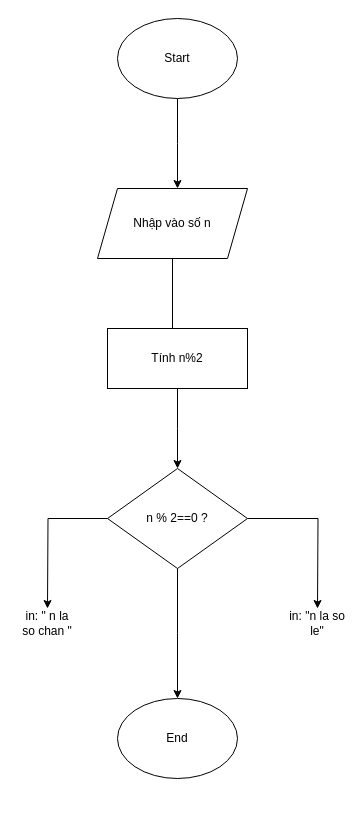
Earlier version of the draw.io diagram Baif 2.drawio (Huy-Tuan/Huy-Tuan). Source tidied: cells renumbered, new cells numbered last; positions are measured from the earlier drawing's top-left corner, leaving out a move shared by most shapes. Both pictures are drawn from the tidied source at 100%, with x=0, y=0 at pixel (17, 18).
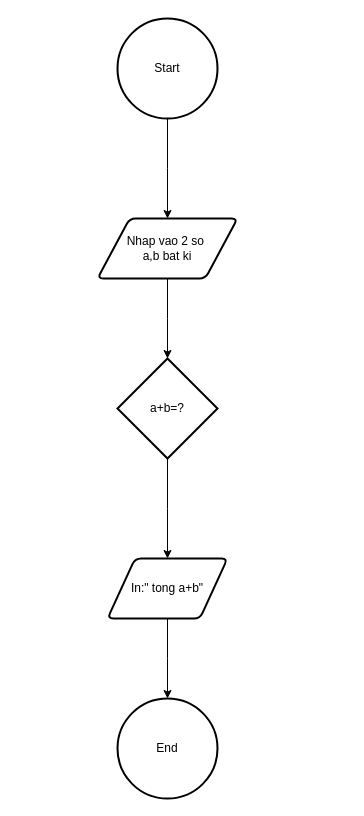
After the change.

What changed in the source:
```diff
@@
 <mxGraphModel>
   <root>
     <mxCell id="0" />
     <mxCell id="1" parent="0" />
-    <mxCell id="2" style="edgeStyle=orthogonalEdgeStyle;rounded=0;jettySize=auto;html=1;" parent="1" edge="1" source="3">
-      <mxGeometry relative="1" as="geometry">
-        <mxPoint x="160" y="170" as="targetPoint" />
-      </mxGeometry>
-    </mxCell>
+    <mxCell id="15" style="edgeStyle=orthogonalEdgeStyle;rounded=0;jettySize=auto;html=1;" parent="1" edge="1" source="3">
+      <mxGeometry relative="1" as="geometry">
+        <mxPoint x="150" y="200" as="targetPoint" />
+      </mxGeometry>
+    </mxCell>
-    <mxCell id="3" value="Start" style="ellipse;whiteSpace=wrap;html=1;" parent="1" vertex="1">
-      <mxGeometry x="100" width="120" height="80" as="geometry" />
+    <mxCell id="3" value="Start" style="strokeWidth=2;html=1;shape=mxgraph.flowchart.start_2;whiteSpace=wrap;" parent="1" vertex="1">
+      <mxGeometry x="100" width="100" height="100" as="geometry" />
     </mxCell>
-    <mxCell id="4" style="edgeStyle=orthogonalEdgeStyle;rounded=0;jettySize=auto;html=1;" parent="1" edge="1" source="5">
-      <mxGeometry relative="1" as="geometry">
-        <mxPoint x="155" y="325" as="targetPoint" />
-      </mxGeometry>
-    </mxCell>
-    <mxCell id="5" value="Nhập vào số n" style="shape=parallelogram;perimeter=parallelogramPerimeter;whiteSpace=wrap;html=1;fixedSize=1;" parent="1" vertex="1">
-      <mxGeometry x="80" y="170" width="150" height="70" as="geometry" />
-    </mxCell>
-    <mxCell id="6" style="edgeStyle=orthogonalEdgeStyle;rounded=0;jettySize=auto;html=1;" parent="1" edge="1" source="7">
-      <mxGeometry relative="1" as="geometry">
-        <mxPoint x="160" y="450" as="targetPoint" />
-      </mxGeometry>
-    </mxCell>
-    <mxCell id="7" value="Tính n%2" style="rounded=0;whiteSpace=wrap;html=1;" parent="1" vertex="1">
-      <mxGeometry x="90" y="310" width="140" height="60" as="geometry" />
-    </mxCell>
-    <mxCell id="8" style="edgeStyle=orthogonalEdgeStyle;rounded=0;jettySize=auto;html=1;" parent="1" edge="1" source="11">
-      <mxGeometry relative="1" as="geometry">
-        <mxPoint x="30" y="590" as="targetPoint" />
-      </mxGeometry>
-    </mxCell>
-    <mxCell id="9" style="edgeStyle=orthogonalEdgeStyle;rounded=0;jettySize=auto;html=1;" parent="1" edge="1" source="11">
-      <mxGeometry relative="1" as="geometry">
-        <mxPoint x="300" y="590" as="targetPoint" />
-      </mxGeometry>
-    </mxCell>
-    <mxCell id="10" style="edgeStyle=orthogonalEdgeStyle;rounded=0;jettySize=auto;html=1;" parent="1" edge="1" source="11">
-      <mxGeometry relative="1" as="geometry">
-        <mxPoint x="160" y="680" as="targetPoint" />
-      </mxGeometry>
-    </mxCell>
-    <mxCell id="11" value="n % 2==0 ?" style="rhombus;whiteSpace=wrap;html=1;" parent="1" vertex="1">
-      <mxGeometry x="90" y="450" width="140" height="100" as="geometry" />
-    </mxCell>
-    <mxCell id="12" value="in: &quot; n la so chan &quot;" style="text;html=1;align=center;verticalAlign=middle;whiteSpace=wrap;rounded=0;" parent="1" vertex="1">
-      <mxGeometry y="590" width="60" height="30" as="geometry" />
-    </mxCell>
-    <mxCell id="13" value="in: &quot;n la so le&quot;" style="text;html=1;align=center;verticalAlign=middle;whiteSpace=wrap;rounded=0;" parent="1" vertex="1">
-      <mxGeometry x="270" y="590" width="60" height="30" as="geometry" />
-    </mxCell>
+    <mxCell id="16" style="edgeStyle=orthogonalEdgeStyle;rounded=0;jettySize=auto;html=1;" parent="1" edge="1" source="17">
+      <mxGeometry relative="1" as="geometry">
+        <mxPoint x="150" y="340" as="targetPoint" />
+      </mxGeometry>
+    </mxCell>
+    <mxCell id="17" value="Nhap vao 2 so&amp;nbsp;&lt;div&gt;a,b bat ki&lt;/div&gt;" style="shape=parallelogram;html=1;strokeWidth=2;perimeter=parallelogramPerimeter;whiteSpace=wrap;rounded=1;arcSize=12;size=0.23;" parent="1" vertex="1">
+      <mxGeometry x="80" y="200" width="140" height="60" as="geometry" />
+    </mxCell>
+    <mxCell id="18" style="edgeStyle=orthogonalEdgeStyle;rounded=0;jettySize=auto;html=1;" parent="1" edge="1" source="19">
+      <mxGeometry relative="1" as="geometry">
+        <mxPoint x="150" y="540" as="targetPoint" />
+      </mxGeometry>
+    </mxCell>
+    <mxCell id="19" value="a+b=?" style="strokeWidth=2;html=1;shape=mxgraph.flowchart.decision;whiteSpace=wrap;" parent="1" vertex="1">
+      <mxGeometry x="100" y="340" width="100" height="100" as="geometry" />
+    </mxCell>
+    <mxCell id="20" style="edgeStyle=orthogonalEdgeStyle;rounded=0;jettySize=auto;html=1;" parent="1" edge="1" source="21">
+      <mxGeometry relative="1" as="geometry">
+        <mxPoint x="150" y="680" as="targetPoint" />
+      </mxGeometry>
+    </mxCell>
+    <mxCell id="21" value="In:&quot; tong a+b&quot;" style="shape=parallelogram;html=1;strokeWidth=2;perimeter=parallelogramPerimeter;whiteSpace=wrap;rounded=1;arcSize=12;size=0.23;" parent="1" vertex="1">
+      <mxGeometry x="90" y="540" width="120" height="60" as="geometry" />
+    </mxCell>
-    <mxCell id="14" value="End" style="ellipse;whiteSpace=wrap;html=1;" parent="1" vertex="1">
-      <mxGeometry x="100" y="680" width="120" height="80" as="geometry" />
+    <mxCell id="14" value="End" style="strokeWidth=2;html=1;shape=mxgraph.flowchart.start_2;whiteSpace=wrap;" parent="1" vertex="1">
+      <mxGeometry x="100" y="680" width="100" height="100" as="geometry" />
     </mxCell>
   </root>
 </mxGraphModel>
```
